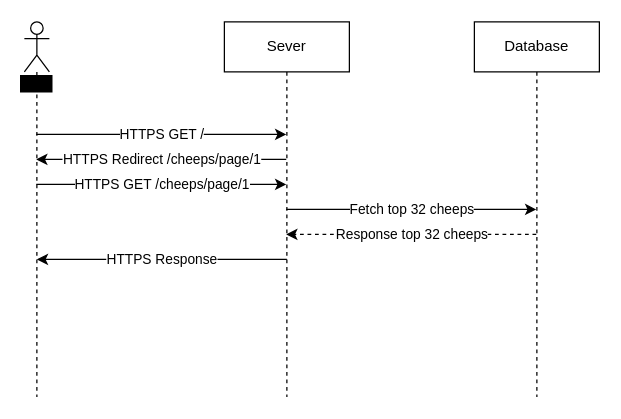
This is page "Page-1" (1 of 3) of docs/diagrams/FunctionaltitesSequence.drawio from ITU-BDSA2024-GROUP29/Chirp, a draw.io file, before an edit. Source tidied: cells renumbered, new cells numbered last; positions are measured from the earlier drawing's top-left corner, leaving out a move shared by most shapes. Both pictures are drawn from the tidied source at 125%, with x=0, y=0 at pixel (24, 21).
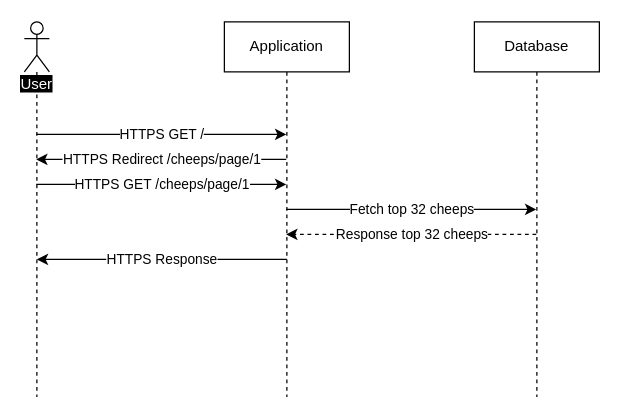
Above is the later version.

The edit, as a diff of the source:
```diff
@@
 <mxGraphModel>
   <root>
     <mxCell id="0" />
     <mxCell id="1" parent="0" />
     <mxCell id="2" value="HTTPS GET /" style="edgeStyle=none;html=1;" parent="1" edge="1" source="4" target="7">
       <mxGeometry relative="1" as="geometry">
         <Array as="points">
           <mxPoint x="110" y="90" />
         </Array>
       </mxGeometry>
     </mxCell>
     <mxCell id="3" value="HTTPS GET&amp;nbsp;/cheeps/page/1" style="edgeStyle=none;html=1;" parent="1" edge="1" source="4" target="7">
       <mxGeometry relative="1" as="geometry">
         <Array as="points">
           <mxPoint x="110" y="130" />
         </Array>
       </mxGeometry>
     </mxCell>
-    <mxCell id="4" value="&lt;span style=&quot;background-color: rgb(0, 0, 0);&quot;&gt;User&lt;/span&gt;" style="shape=umlLifeline;participant=umlActor;perimeter=lifelinePerimeter;whiteSpace=wrap;html=1;verticalAlign=top;spacingTop=36;outlineConnect=0;" parent="1" vertex="1">
+    <mxCell id="4" value="&lt;span style=&quot;background-color: rgb(0, 0, 0);&quot;&gt;&lt;font color=&quot;#ffffff&quot;&gt;User&lt;/font&gt;&lt;/span&gt;" style="shape=umlLifeline;participant=umlActor;perimeter=lifelinePerimeter;whiteSpace=wrap;html=1;verticalAlign=top;spacingTop=36;outlineConnect=0;" parent="1" vertex="1">
       <mxGeometry width="20" height="300" as="geometry" />
     </mxCell>
     <mxCell id="5" value="HTTPS Redirect&amp;nbsp;/cheeps/page/1" style="edgeStyle=none;html=1;" parent="1" edge="1" source="7" target="4">
       <mxGeometry relative="1" as="geometry">
         <Array as="points">
           <mxPoint x="110" y="110" />
         </Array>
       </mxGeometry>
     </mxCell>
     <mxCell id="6" value="Fetch top 32 cheeps" style="edgeStyle=none;html=1;" parent="1" edge="1" source="7" target="10">
       <mxGeometry relative="1" as="geometry" />
     </mxCell>
-    <mxCell id="7" value="Sever" style="shape=umlLifeline;perimeter=lifelinePerimeter;whiteSpace=wrap;html=1;outlineConnect=0;" parent="1" vertex="1">
+    <mxCell id="7" value="Application" style="shape=umlLifeline;perimeter=lifelinePerimeter;whiteSpace=wrap;html=1;outlineConnect=0;" parent="1" vertex="1">
       <mxGeometry x="160" width="100" height="300" as="geometry" />
     </mxCell>
     <mxCell id="8" value="HTTPS Response" style="edgeStyle=none;html=1;" parent="7" edge="1">
       <mxGeometry relative="1" as="geometry">
         <mxPoint x="50" y="190" as="sourcePoint" />
         <mxPoint x="-150" y="190" as="targetPoint" />
       </mxGeometry>
     </mxCell>
     <mxCell id="9" value="Response top 32 cheeps" style="edgeStyle=none;html=1;dashed=1;" parent="1" edge="1" source="10" target="7">
       <mxGeometry relative="1" as="geometry">
         <Array as="points">
           <mxPoint x="310" y="170" />
         </Array>
       </mxGeometry>
     </mxCell>
     <mxCell id="10" value="Database" style="shape=umlLifeline;perimeter=lifelinePerimeter;whiteSpace=wrap;html=1;outlineConnect=0;" parent="1" vertex="1">
       <mxGeometry x="360" width="100" height="300" as="geometry" />
     </mxCell>
   </root>
 </mxGraphModel>
```
